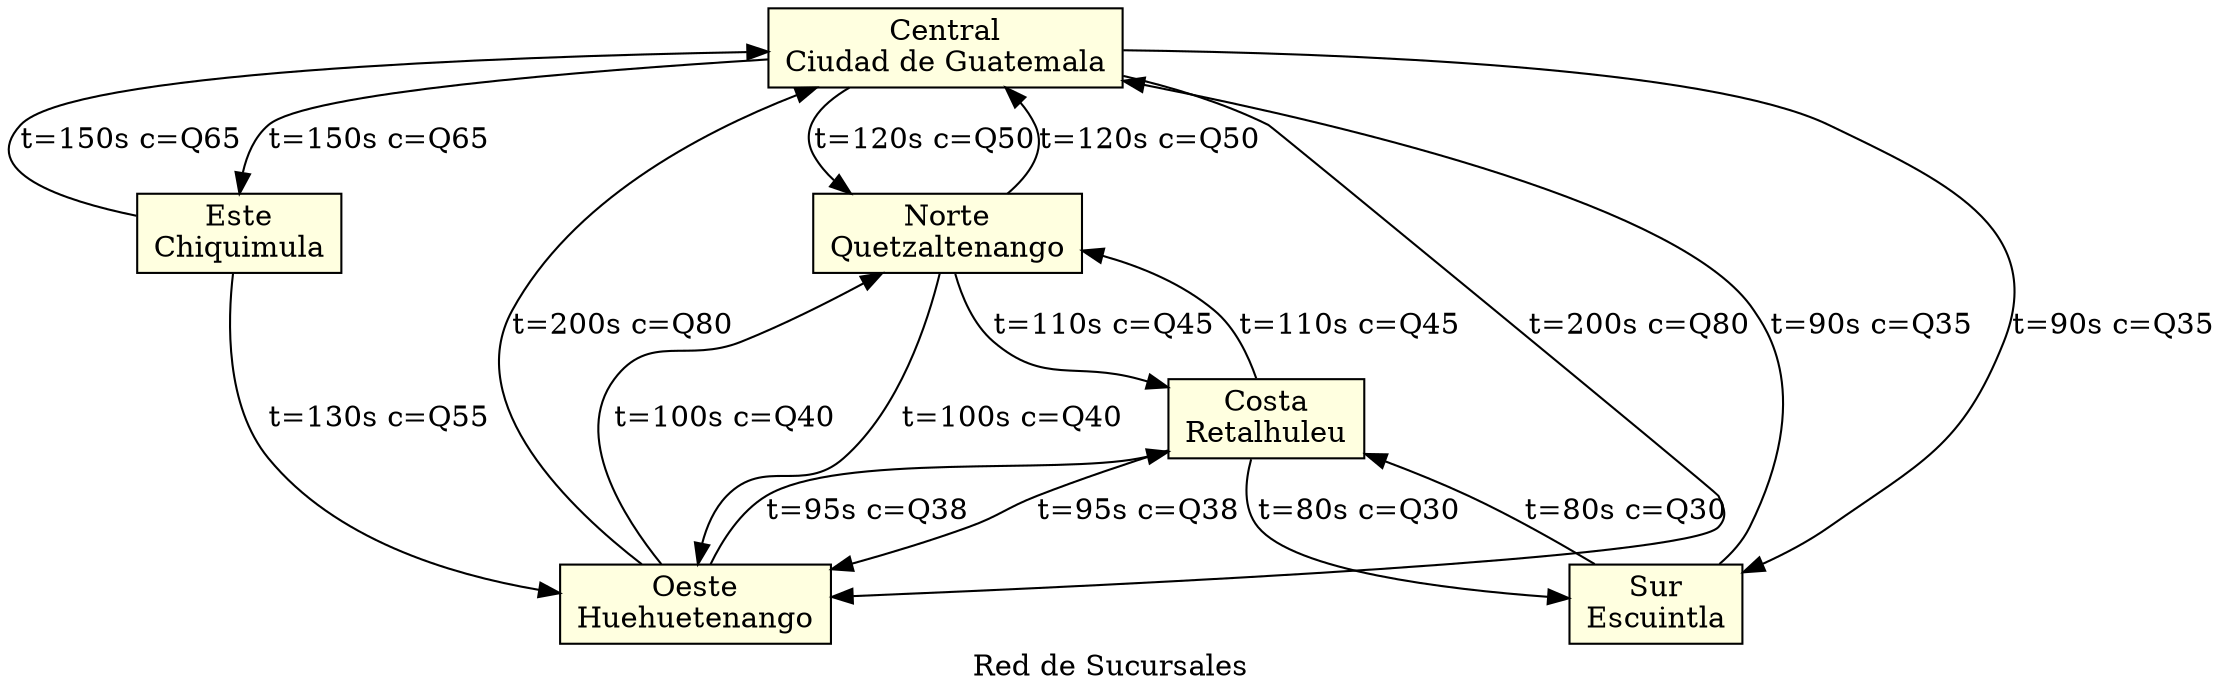
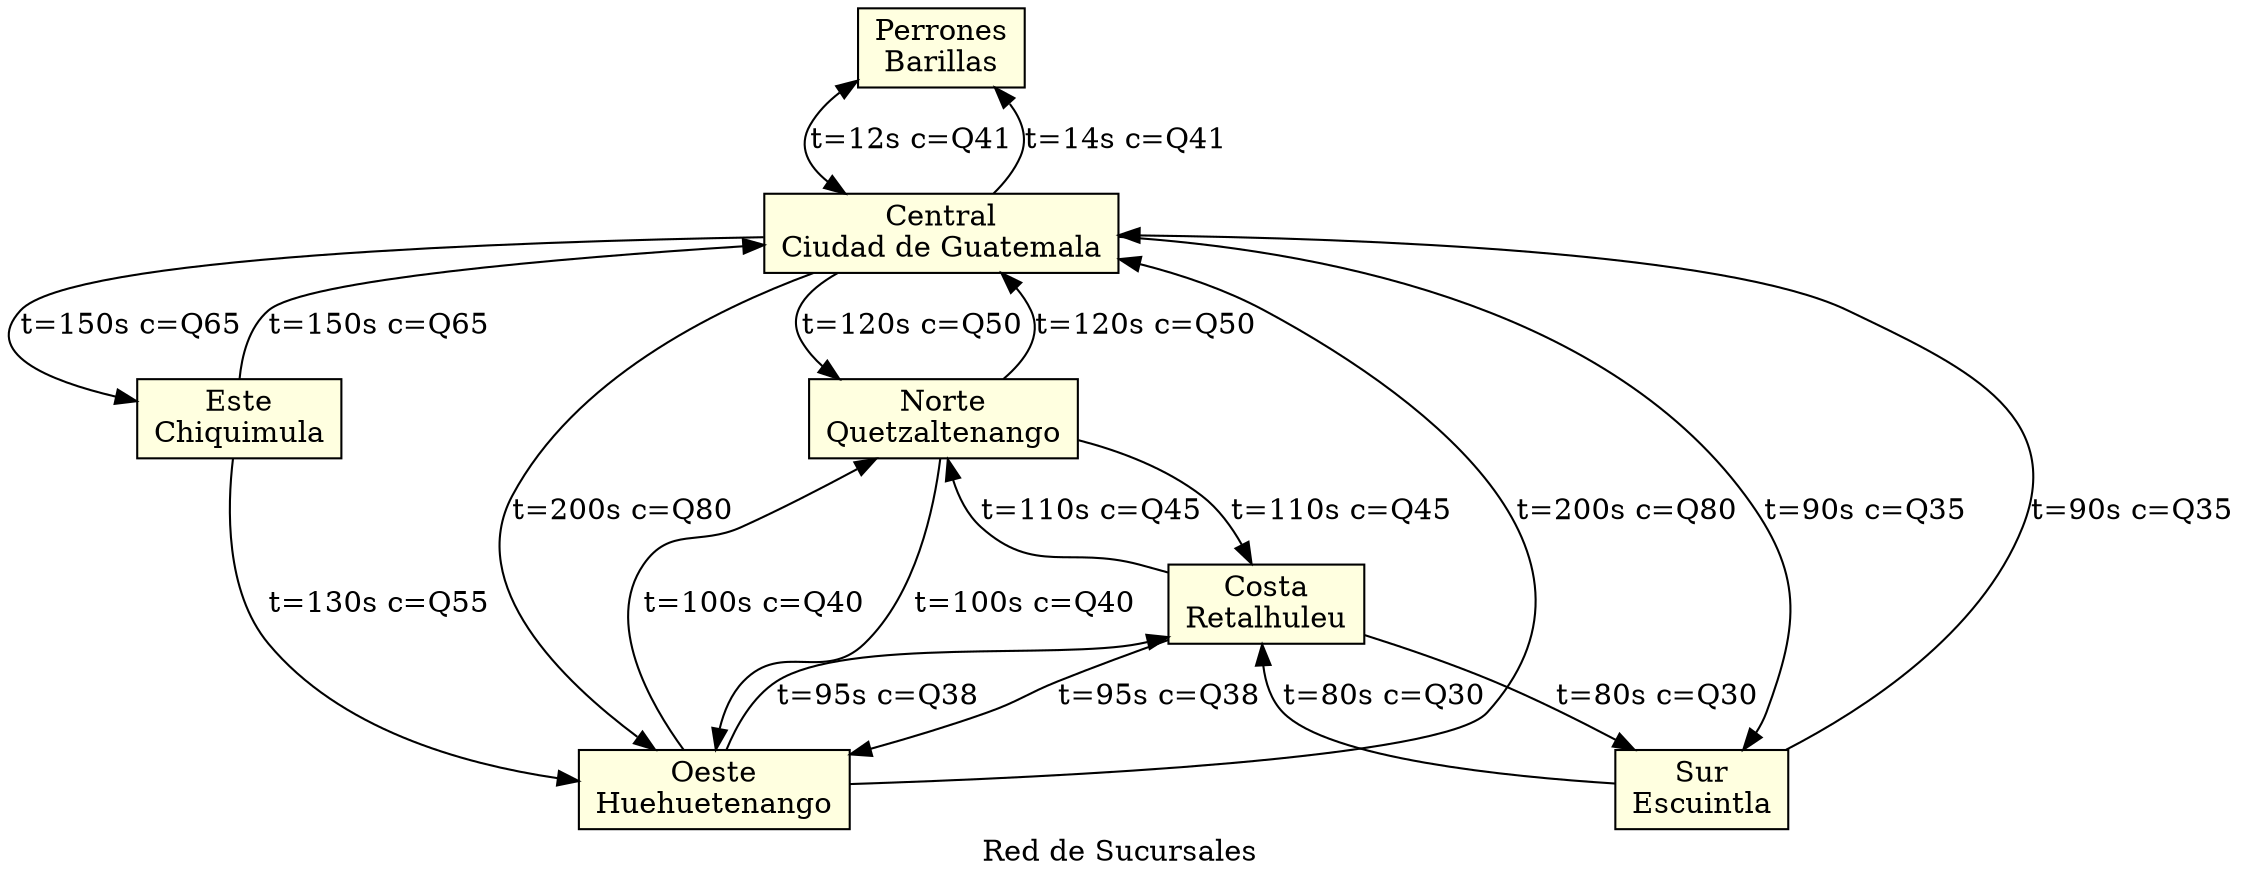
digraph Sucursales {
  graph [label="Red de Sucursales"];
  node [shape=box, style=filled, fillcolor=lightyellow];
+   "S07" [label="Perrones\nBarillas"];
+   "S06" [label="Costa\nRetalhuleu"];
+   "S05" [label="Oeste\nHuehuetenango"];
+   "S04" [label="Este\nChiquimula"];
+   "S03" [label="Sur\nEscuintla"];
+   "S02" [label="Norte\nQuetzaltenango"];
  "S01" [label="Central\nCiudad de Guatemala"];
-   "S02" [label="Norte\nQuetzaltenango"];
-   "S03" [label="Sur\nEscuintla"];
-   "S04" [label="Este\nChiquimula"];
-   "S05" [label="Oeste\nHuehuetenango"];
-   "S06" [label="Costa\nRetalhuleu"];
+   "S01" -> "S07" [label="t=14s c=Q41"];
+   "S07" -> "S01" [label="t=12s c=Q41", dir=both];
+   "S05" -> "S01" [label="t=200s c=Q80"];
+   "S01" -> "S05" [label="t=200s c=Q80"];
+   "S06" -> "S05" [label="t=95s c=Q38"];
+   "S05" -> "S06" [label="t=95s c=Q38"];
+   "S04" -> "S05" [label="t=130s c=Q55"];
+   "S06" -> "S03" [label="t=80s c=Q30"];
+   "S03" -> "S06" [label="t=80s c=Q30"];
+   "S06" -> "S02" [label="t=110s c=Q45"];
+   "S02" -> "S06" [label="t=110s c=Q45"];
+   "S05" -> "S02" [label="t=100s c=Q40"];
+   "S02" -> "S05" [label="t=100s c=Q40"];
+   "S04" -> "S01" [label="t=150s c=Q65"];
+   "S01" -> "S04" [label="t=150s c=Q65"];
+   "S03" -> "S01" [label="t=90s c=Q35"];
+   "S01" -> "S03" [label="t=90s c=Q35"];
+   "S02" -> "S01" [label="t=120s c=Q50"];
  "S01" -> "S02" [label="t=120s c=Q50"];
-   "S02" -> "S01" [label="t=120s c=Q50"];
-   "S01" -> "S03" [label="t=90s c=Q35"];
-   "S03" -> "S01" [label="t=90s c=Q35"];
-   "S01" -> "S04" [label="t=150s c=Q65"];
-   "S04" -> "S01" [label="t=150s c=Q65"];
-   "S02" -> "S05" [label="t=100s c=Q40"];
-   "S05" -> "S02" [label="t=100s c=Q40"];
-   "S02" -> "S06" [label="t=110s c=Q45"];
-   "S06" -> "S02" [label="t=110s c=Q45"];
-   "S03" -> "S06" [label="t=80s c=Q30"];
-   "S06" -> "S03" [label="t=80s c=Q30"];
-   "S04" -> "S05" [label="t=130s c=Q55"];
-   "S05" -> "S06" [label="t=95s c=Q38"];
-   "S06" -> "S05" [label="t=95s c=Q38"];
-   "S01" -> "S05" [label="t=200s c=Q80"];
-   "S05" -> "S01" [label="t=200s c=Q80"];
}
